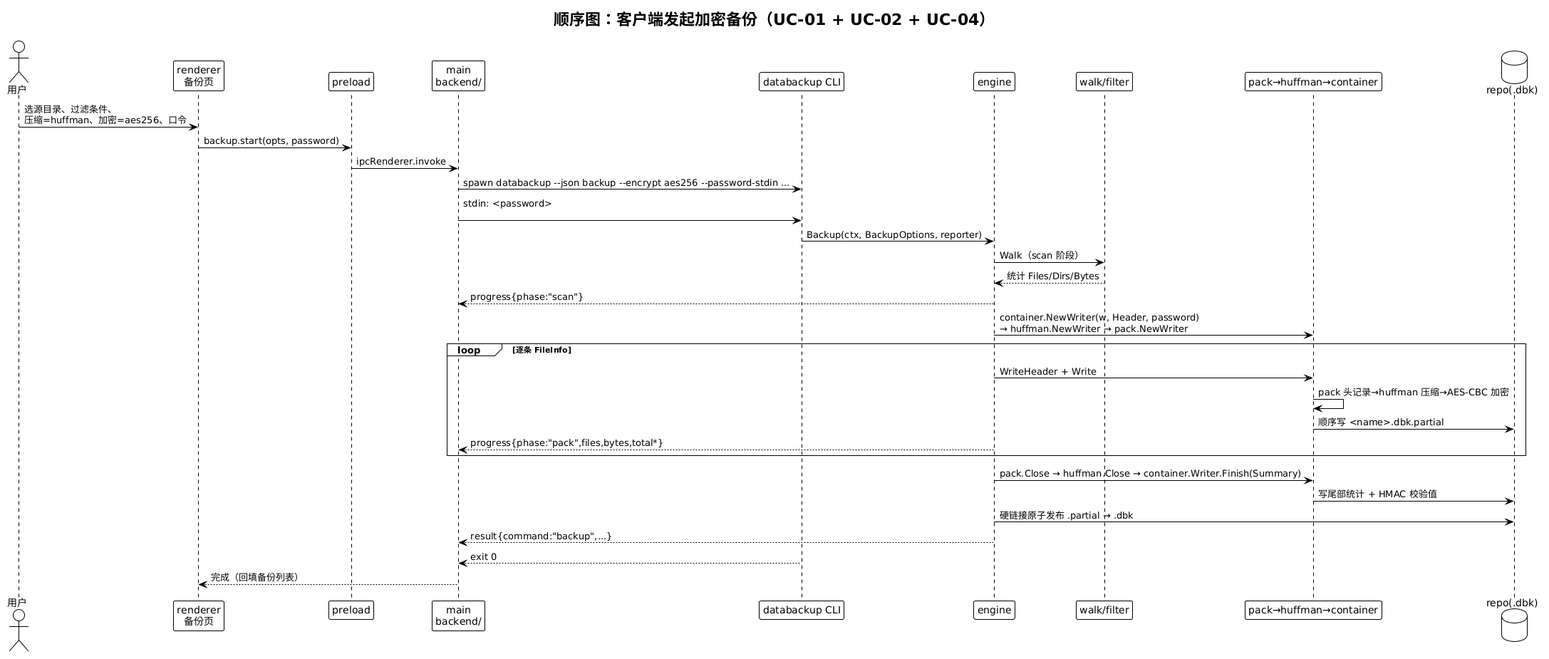
Piaoxuemoli/software-class-qoobeewang keeps this PlantUML diagram as docs/deliverables/diagrams/seq-backup.png. Above is the earlier version. Its diagram source:
```plantuml
@startuml seq-backup
!theme plain
title 顺序图：客户端发起加密备份（UC-01 + UC-02 + UC-04）

actor 用户 as U
participant "renderer\n备份页" as R
participant "preload" as P
participant "main\nbackend/" as M
participant "databackup CLI" as C
participant "engine" as E
participant "walk/filter" as W
participant "pack→huffman→container" as D
database "repo(.dbk)" as RE

U -> R : 选源目录、过滤条件、\n压缩=huffman、加密=aes256、口令
R -> P : backup.start(opts, password)
P -> M : ipcRenderer.invoke
M -> C : spawn databackup ~--json backup ~--encrypt aes256 ~--password-stdin ...
M -> C : stdin: <password>\n
C -> E : Backup(ctx, BackupOptions, reporter)
E -> W : Walk（scan 阶段）
W --> E : 统计 Files/Dirs/Bytes
E --> M : progress{phase:"scan"}
E -> D : container.NewWriter(w, Header, password)\n→ huffman.NewWriter → pack.NewWriter
loop 逐条 FileInfo
  E -> D : WriteHeader + Write
  D -> D : pack 头记录→huffman 压缩→AES-CBC 加密
  D -> RE : 顺序写 <name>.dbk.partial
  E --> M : progress{phase:"pack",files,bytes,total*}
end
E -> D : pack.Close → huffman.Close → container.Writer.Finish(Summary)
D -> RE : 写尾部统计 + HMAC 校验值
E -> RE : 硬链接原子发布 .partial → .dbk
E --> M : result{command:"backup",...}
C --> M : exit 0
M --> R : 完成（回填备份列表）
@enduml
```
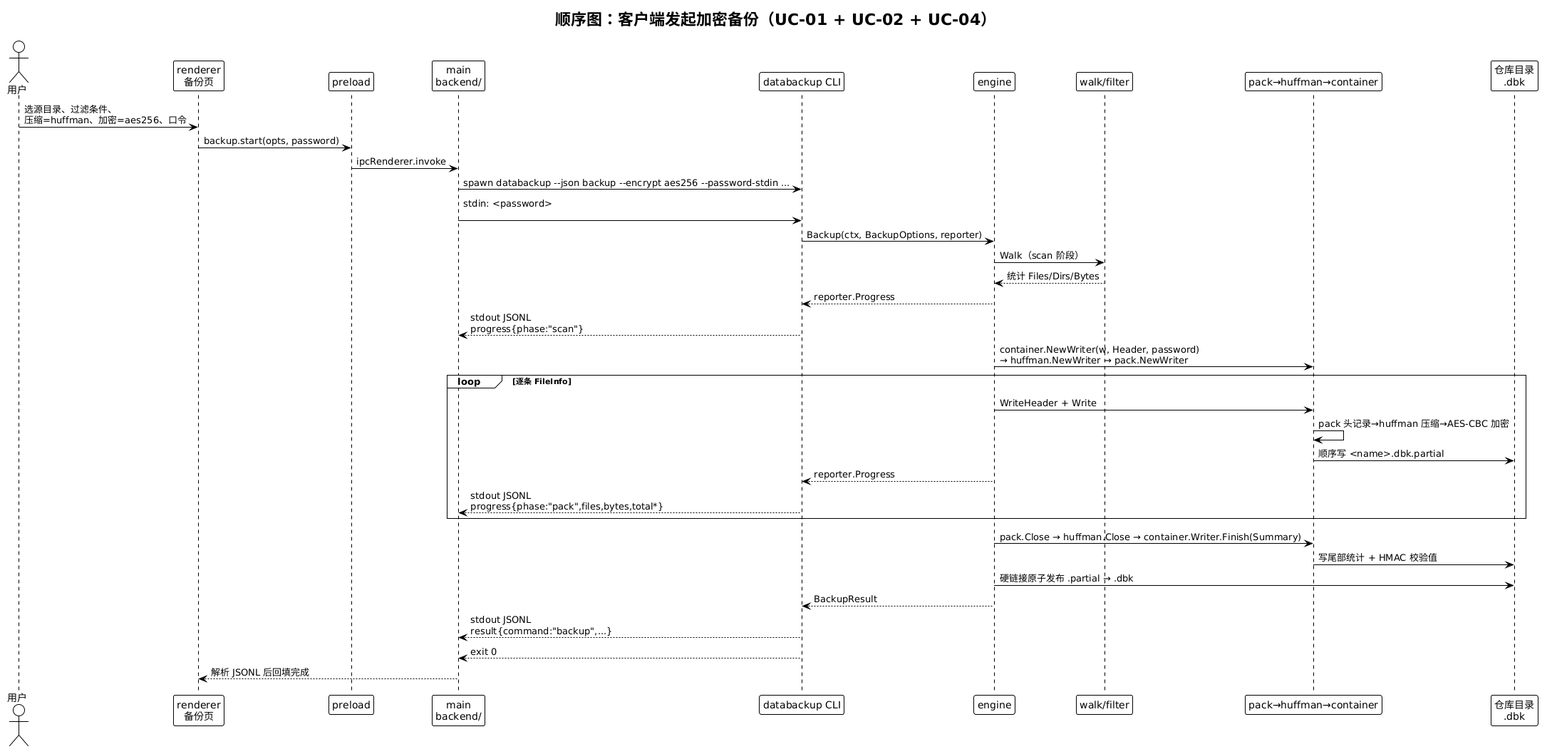
Later version of the same file.

Diff of the diagram source:
```diff
@@ -10,7 +10,7 @@
 participant "engine" as E
 participant "walk/filter" as W
 participant "pack→huffman→container" as D
-database "repo(.dbk)" as RE
+participant "仓库目录\n.dbk" as RE
 
 U -> R : 选源目录、过滤条件、\n压缩=huffman、加密=aes256、口令
 R -> P : backup.start(opts, password)
@@ -20,18 +20,21 @@
 C -> E : Backup(ctx, BackupOptions, reporter)
 E -> W : Walk（scan 阶段）
 W --> E : 统计 Files/Dirs/Bytes
-E --> M : progress{phase:"scan"}
+E --> C : reporter.Progress
+C --> M : stdout JSONL\nprogress{phase:"scan"}
 E -> D : container.NewWriter(w, Header, password)\n→ huffman.NewWriter → pack.NewWriter
 loop 逐条 FileInfo
   E -> D : WriteHeader + Write
   D -> D : pack 头记录→huffman 压缩→AES-CBC 加密
   D -> RE : 顺序写 <name>.dbk.partial
-  E --> M : progress{phase:"pack",files,bytes,total*}
+  E --> C : reporter.Progress
+  C --> M : stdout JSONL\nprogress{phase:"pack",files,bytes,total*}
 end
 E -> D : pack.Close → huffman.Close → container.Writer.Finish(Summary)
 D -> RE : 写尾部统计 + HMAC 校验值
 E -> RE : 硬链接原子发布 .partial → .dbk
-E --> M : result{command:"backup",...}
+E --> C : BackupResult
+C --> M : stdout JSONL\nresult{command:"backup",...}
 C --> M : exit 0
-M --> R : 完成（回填备份列表）
+M --> R : 解析 JSONL 后回填完成
 @enduml
```
